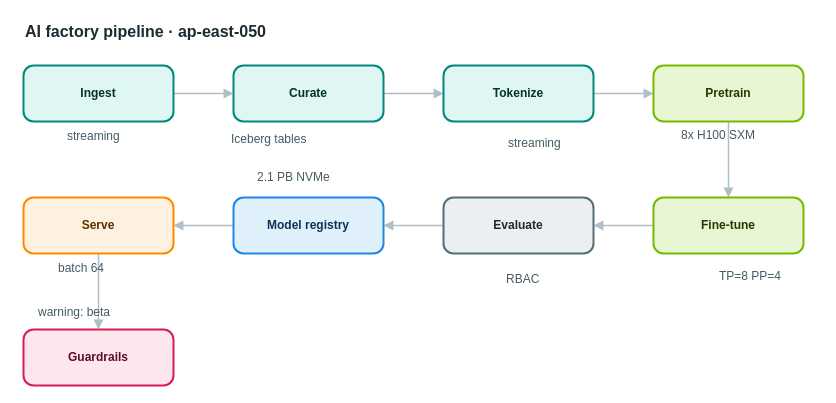
AryanG01/open-apprentice keeps this draw.io diagram as apps/web/public/samples/library/050-ai-factory-pipeline.drawio. Above is the earlier version. Source tidied: cells renumbered, new cells numbered last; positions are measured from the earlier drawing's top-left corner, leaving out a move shared by most shapes. Both pictures are drawn from the tidied source at 100%, with x=0, y=0 at pixel (23, 17).
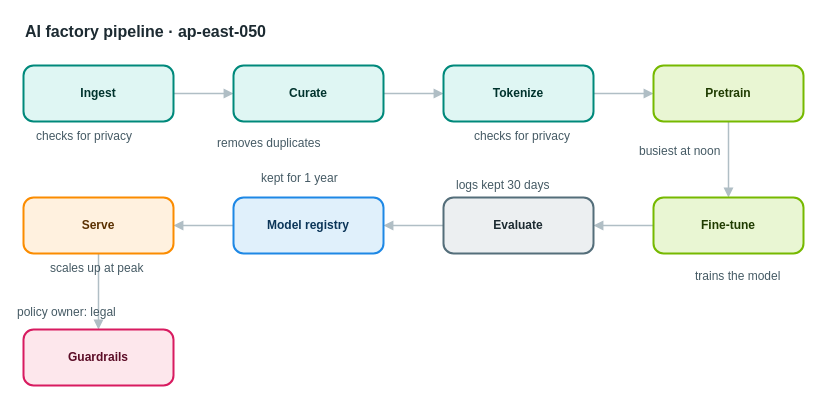
The same page after the edit.

Change to the diagram source:
```diff
@@
-    <mxCell id="20" value="streaming" style="text;html=1;align=left;verticalAlign=top;whiteSpace=nowrap;spacing=0;spacingTop=0;strokeColor=none;fillColor=none;fontSize=12;fontColor=#455a64;" parent="1" vertex="1">
-      <mxGeometry x="44" y="107" width="75" height="20" as="geometry" />
+    <mxCell id="20" value="checks for privacy" style="text;html=1;align=left;verticalAlign=top;whiteSpace=nowrap;spacing=0;spacingTop=0;strokeColor=none;fillColor=none;fontSize=12;fontColor=#455a64;" parent="1" vertex="1">
+      <mxGeometry x="13" y="107" width="138" height="20" as="geometry" />
     </mxCell>
-    <mxCell id="21" value="Iceberg tables" style="text;html=1;align=left;verticalAlign=top;whiteSpace=nowrap;spacing=0;spacingTop=0;strokeColor=none;fillColor=none;fontSize=12;fontColor=#455a64;" parent="1" vertex="1">
-      <mxGeometry x="208" y="110" width="110" height="20" as="geometry" />
+    <mxCell id="21" value="removes duplicates" style="text;html=1;align=left;verticalAlign=top;whiteSpace=nowrap;spacing=0;spacingTop=0;strokeColor=none;fillColor=none;fontSize=12;fontColor=#455a64;" parent="1" vertex="1">
+      <mxGeometry x="194" y="114" width="138" height="20" as="geometry" />
     </mxCell>
-    <mxCell id="22" value="streaming" style="text;html=1;align=left;verticalAlign=top;whiteSpace=nowrap;spacing=0;spacingTop=0;strokeColor=none;fillColor=none;fontSize=12;fontColor=#455a64;" parent="1" vertex="1">
-      <mxGeometry x="485" y="114" width="75" height="20" as="geometry" />
+    <mxCell id="22" value="checks for privacy" style="text;html=1;align=left;verticalAlign=top;whiteSpace=nowrap;spacing=0;spacingTop=0;strokeColor=none;fillColor=none;fontSize=12;fontColor=#455a64;" parent="1" vertex="1">
+      <mxGeometry x="451" y="107" width="138" height="20" as="geometry" />
     </mxCell>
-    <mxCell id="23" value="8x H100 SXM" style="text;html=1;align=left;verticalAlign=top;whiteSpace=nowrap;spacing=0;spacingTop=0;strokeColor=none;fillColor=none;fontSize=12;fontColor=#455a64;" parent="1" vertex="1">
-      <mxGeometry x="658" y="106" width="89" height="20" as="geometry" />
+    <mxCell id="23" value="busiest at noon" style="text;html=1;align=left;verticalAlign=top;whiteSpace=nowrap;spacing=0;spacingTop=0;strokeColor=none;fillColor=none;fontSize=12;fontColor=#455a64;" parent="1" vertex="1">
+      <mxGeometry x="616" y="122" width="117" height="20" as="geometry" />
     </mxCell>
-    <mxCell id="24" value="TP=8 PP=4" style="text;html=1;align=left;verticalAlign=top;whiteSpace=nowrap;spacing=0;spacingTop=0;strokeColor=none;fillColor=none;fontSize=12;fontColor=#455a64;" parent="1" vertex="1">
-      <mxGeometry x="696" y="247" width="75" height="20" as="geometry" />
+    <mxCell id="24" value="trains the model" style="text;html=1;align=left;verticalAlign=top;whiteSpace=nowrap;spacing=0;spacingTop=0;strokeColor=none;fillColor=none;fontSize=12;fontColor=#455a64;" parent="1" vertex="1">
+      <mxGeometry x="672" y="247" width="124" height="20" as="geometry" />
     </mxCell>
-    <mxCell id="25" value="RBAC" style="text;html=1;align=left;verticalAlign=top;whiteSpace=nowrap;spacing=0;spacingTop=0;strokeColor=none;fillColor=none;fontSize=12;fontColor=#455a64;" parent="1" vertex="1">
-      <mxGeometry x="483" y="250" width="40" height="20" as="geometry" />
+    <mxCell id="25" value="logs kept 30 days" style="text;html=1;align=left;verticalAlign=top;whiteSpace=nowrap;spacing=0;spacingTop=0;strokeColor=none;fillColor=none;fontSize=12;fontColor=#455a64;" parent="1" vertex="1">
+      <mxGeometry x="433" y="156" width="131" height="20" as="geometry" />
     </mxCell>
-    <mxCell id="26" value="2.1 PB NVMe" style="text;html=1;align=left;verticalAlign=top;whiteSpace=nowrap;spacing=0;spacingTop=0;strokeColor=none;fillColor=none;fontSize=12;fontColor=#455a64;" parent="1" vertex="1">
-      <mxGeometry x="234" y="148" width="89" height="20" as="geometry" />
+    <mxCell id="26" value="kept for 1 year" style="text;html=1;align=left;verticalAlign=top;whiteSpace=nowrap;spacing=0;spacingTop=0;strokeColor=none;fillColor=none;fontSize=12;fontColor=#455a64;" parent="1" vertex="1">
+      <mxGeometry x="238" y="149" width="117" height="20" as="geometry" />
     </mxCell>
-    <mxCell id="27" value="batch 64" style="text;html=1;align=left;verticalAlign=top;whiteSpace=nowrap;spacing=0;spacingTop=0;strokeColor=none;fillColor=none;fontSize=12;fontColor=#455a64;" parent="1" vertex="1">
-      <mxGeometry x="35" y="239" width="68" height="20" as="geometry" />
+    <mxCell id="27" value="scales up at peak" style="text;html=1;align=left;verticalAlign=top;whiteSpace=nowrap;spacing=0;spacingTop=0;strokeColor=none;fillColor=none;fontSize=12;fontColor=#455a64;" parent="1" vertex="1">
+      <mxGeometry x="27" y="239" width="131" height="20" as="geometry" />
     </mxCell>
-    <mxCell id="28" value="warning: beta" style="text;html=1;align=left;verticalAlign=top;whiteSpace=nowrap;spacing=0;spacingTop=0;strokeColor=none;fillColor=none;fontSize=12;fontColor=#455a64;" parent="1" vertex="1">
-      <mxGeometry x="15" y="283" width="103" height="20" as="geometry" />
+    <mxCell id="28" value="policy owner: legal" style="text;html=1;align=left;verticalAlign=top;whiteSpace=nowrap;spacing=0;spacingTop=0;strokeColor=none;fillColor=none;fontSize=12;fontColor=#455a64;" parent="1" vertex="1">
+      <mxGeometry x="-6" y="283" width="145" height="20" as="geometry" />
     </mxCell>
```
